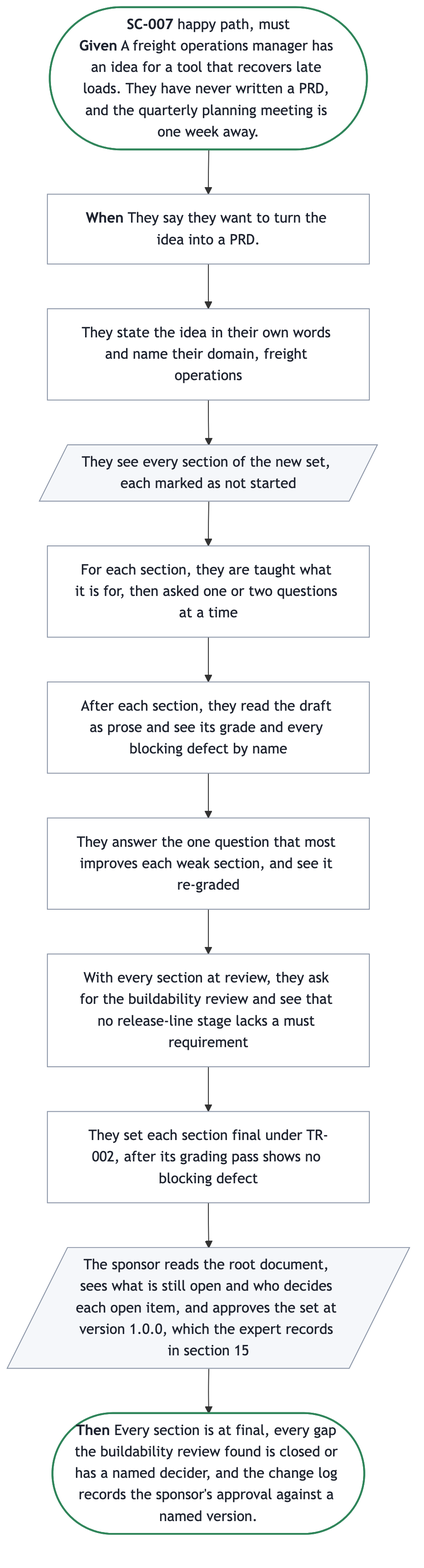
This is docs/prd/prd-forge/diagrams/SC-007.png from SpillwaveSolutions/prd-forge, a Mermaid export, as it was before one commit. Its source is kept beside it as docs/prd/prd-forge/diagrams/SC-007.mmd.
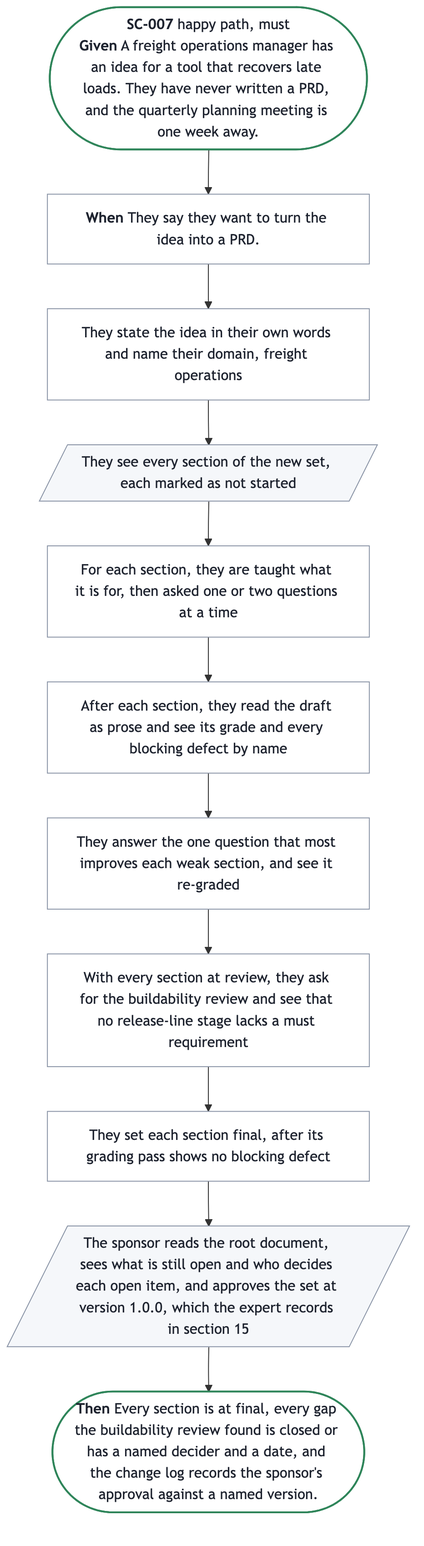
The same file after the commit.

Diff of the diagram source:
```diff
@@ -8,9 +8,9 @@
   s3["After each section, they read the draft as prose and see its grade and every blocking defect by name"]
   s4["They answer the one question that most improves each weak section, and see it re-graded"]
   s5["With every section at review, they ask for the buildability review and see that no release-line stage lacks a must requirement"]
-  s6["They set each section final under TR-002, after its grading pass shows no blocking defect"]
+  s6["They set each section final, after its grading pass shows no blocking defect"]
   s7[/"The sponsor reads the root document, sees what is still open and who decides each open item, and approves the set at version 1.0.0, which the expert records in section 15"/]
-  done(["<b>Then</b> Every section is at final, every gap the buildability review found is closed or has a named decider, and the change log records the sponsor's approval against a named version."])
+  done(["<b>Then</b> Every section is at final, every gap the buildability review found is closed or has a named decider and a date, and the change log records the sponsor's approval against a named version."])
   start --> trigger --> s0 --> s1 --> s2 --> s3 --> s4 --> s5 --> s6 --> s7 --> done
   classDef ends fill:#FFFFFF,stroke:#2F855A,stroke-width:2px,color:#1F2430
   classDef sees fill:#F5F7FA,stroke:#8A94A6,color:#1F2430
```
